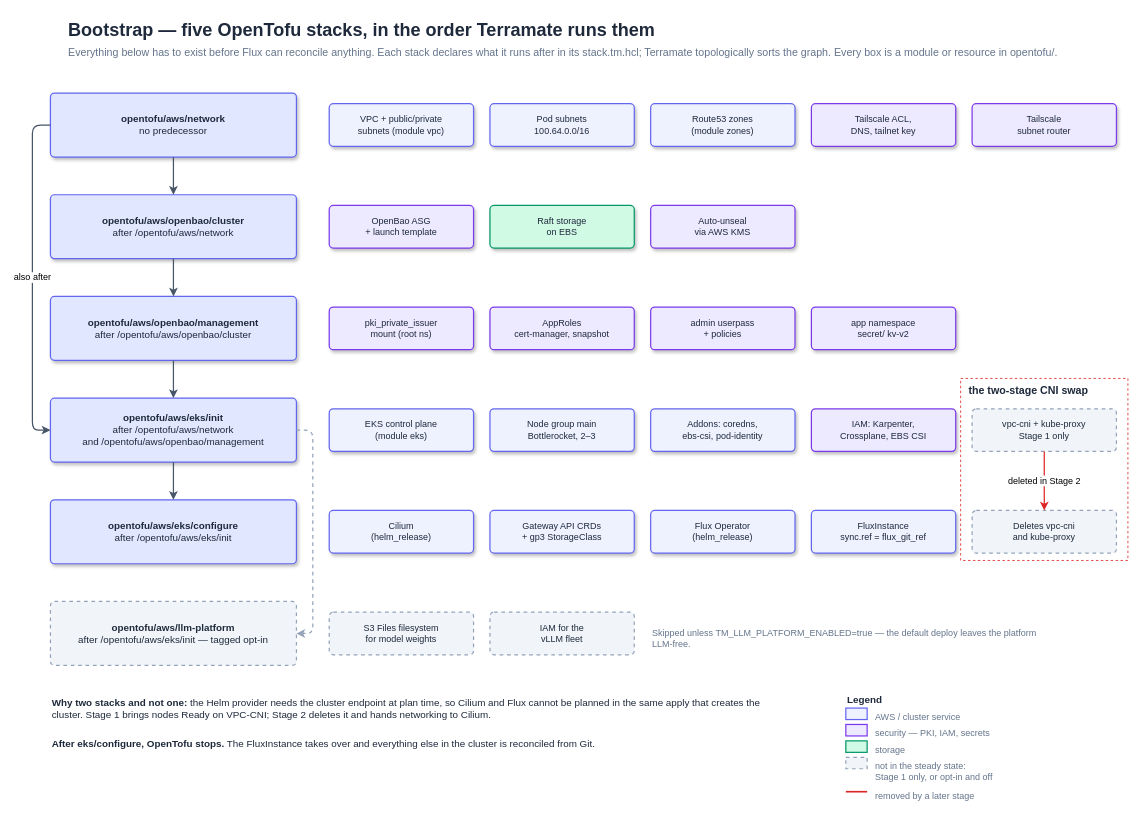
The draw.io diagram docs/architecture/bootstrap-stages.drawio in Smana/cloud-native-ref, before the edit. Source tidied: cells renumbered, new cells numbered last; positions are measured from the earlier drawing's top-left corner, leaving out a move shared by most shapes. Both pictures are drawn from the tidied source at 82%, with x=0, y=0 at pixel (32, 14).
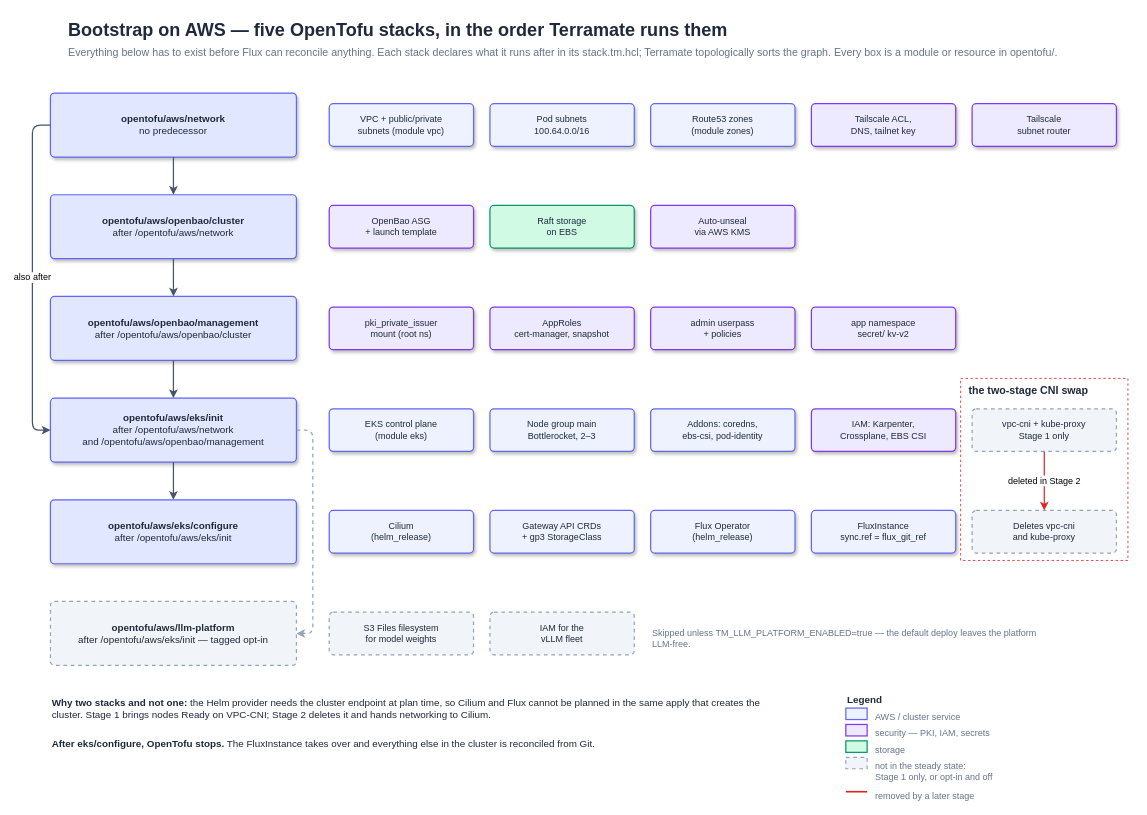
Above is the later version.

The edit, as a diff of the source:
```diff
@@
-    <mxCell id="2" value="Bootstrap — five OpenTofu stacks, in the order Terramate runs them" style="text;html=1;fontFamily=Helvetica;fontSize=22;fontStyle=1;fontColor=#1E293B;align=left;" parent="1" vertex="1">
+    <mxCell id="2" value="Bootstrap on AWS — five OpenTofu stacks, in the order Terramate runs them" style="text;html=1;fontFamily=Helvetica;fontSize=22;fontStyle=1;fontColor=#1E293B;align=left;" parent="1" vertex="1">
       <mxGeometry x="42" width="1100" height="30" as="geometry" />
     </mxCell>
```
